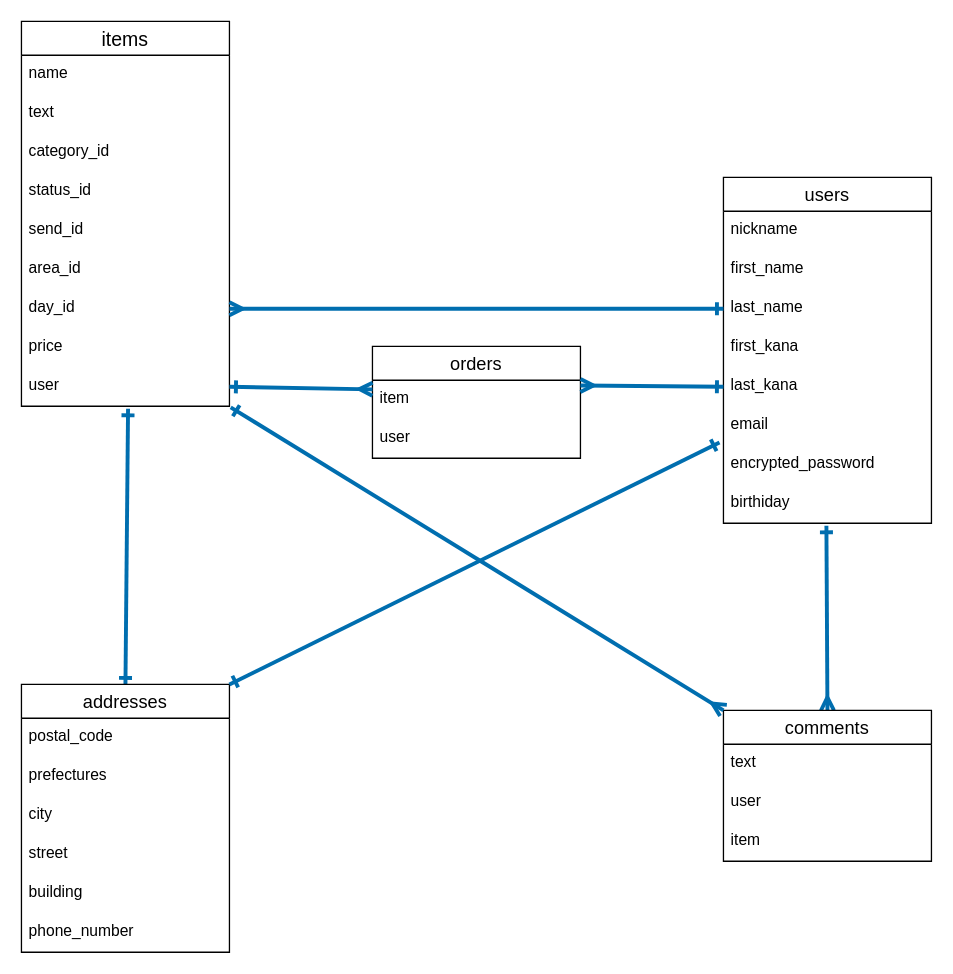
giverin1456/furima-34317 keeps this draw.io diagram as furima.dio. Above is the earlier version. Source tidied: cells renumbered, new cells numbered last; positions are measured from the earlier drawing's top-left corner, leaving out a move shared by most shapes. Both pictures are drawn from the tidied source at 130%, with x=0, y=0 at pixel (21, 21).
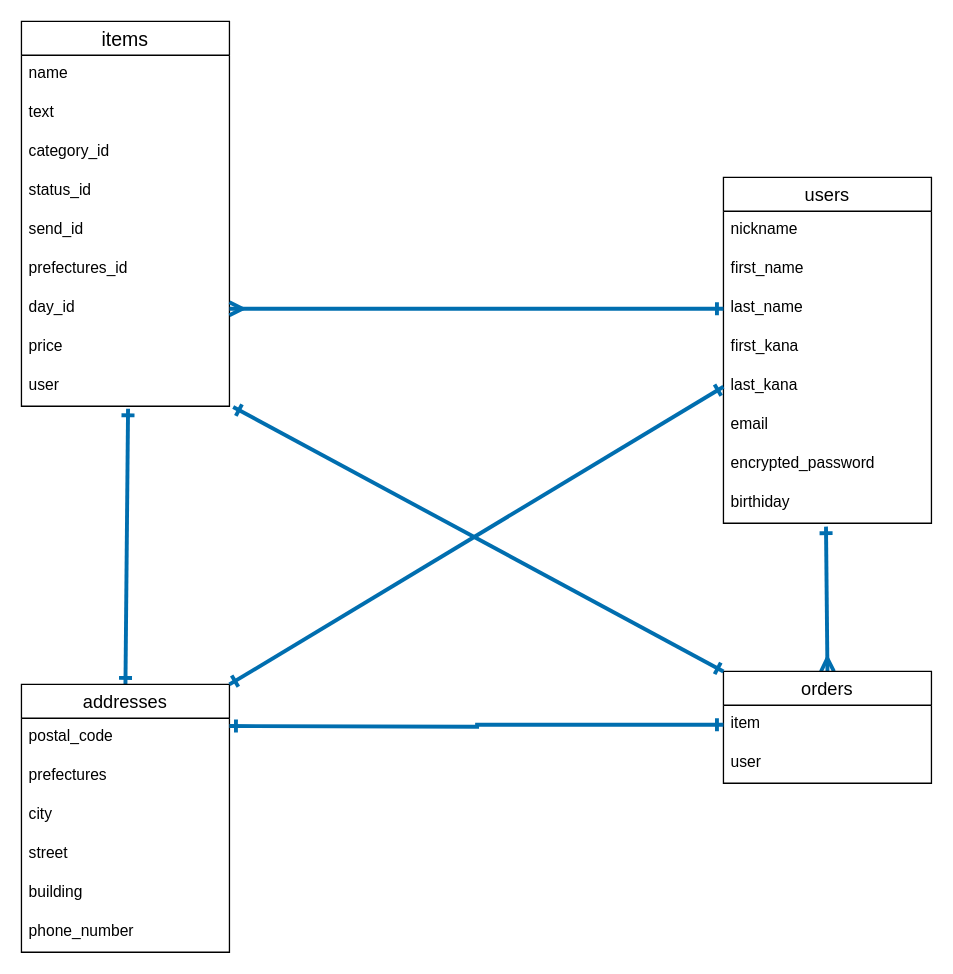
The same diagram, later.

Commit message (it also covers changes not shown here):
データベース設計　修正2

Unchanged cells that the change refers to:
```xml
<mxCell id="2" value="items" style="swimlane;fontStyle=0;horizontal=1;startSize=26;align=center;fontSize=15;spacing=2;" parent="1" vertex="1">
  <mxGeometry width="160" height="296" as="geometry" />
</mxCell>
<mxCell id="11" value="user" style="text;strokeColor=none;fillColor=none;spacingLeft=4;spacingRight=4;overflow=hidden;points=[[0,0.5],[1,0.5]];portConstraint=eastwest;fontSize=12;" parent="2" vertex="1">
  <mxGeometry y="266" width="160" height="30" as="geometry" />
</mxCell>
<mxCell id="22" value="last_kana" style="text;strokeColor=none;fillColor=none;spacingLeft=4;spacingRight=4;overflow=hidden;points=[[0,0.5],[1,0.5]];portConstraint=eastwest;fontSize=12;" parent="17" vertex="1">
  <mxGeometry y="146" width="160" height="30" as="geometry" />
</mxCell>
<mxCell id="23" value="email" style="text;strokeColor=none;fillColor=none;spacingLeft=4;spacingRight=4;overflow=hidden;points=[[0,0.5],[1,0.5]];portConstraint=eastwest;fontSize=12;" parent="17" vertex="1">
  <mxGeometry y="176" width="160" height="30" as="geometry" />
</mxCell>
<mxCell id="25" value="birthiday&#10;" style="text;strokeColor=none;fillColor=none;spacingLeft=4;spacingRight=4;overflow=hidden;points=[[0,0.5],[1,0.5]];portConstraint=eastwest;fontSize=12;" parent="17" vertex="1">
  <mxGeometry y="236" width="160" height="30" as="geometry" />
</mxCell>
<mxCell id="27" value="addresses" style="swimlane;fontStyle=0;horizontal=1;startSize=26;align=center;fontSize=14;" parent="1" vertex="1">
  <mxGeometry y="510" width="160" height="206" as="geometry" />
</mxCell>
<mxCell id="38" value="item" style="text;strokeColor=none;fillColor=none;spacingLeft=4;spacingRight=4;overflow=hidden;points=[[0,0.5],[1,0.5]];portConstraint=eastwest;fontSize=12;" parent="37" vertex="1">
  <mxGeometry y="26" width="160" height="30" as="geometry" />
</mxCell>
```

Diff of the diagram source:
```diff
@@
-    <mxCell id="8" value="area_id" style="text;strokeColor=none;fillColor=none;spacingLeft=4;spacingRight=4;overflow=hidden;fontSize=12;" parent="2" vertex="1">
+    <mxCell id="8" value="prefectures_id" style="text;strokeColor=none;fillColor=none;spacingLeft=4;spacingRight=4;overflow=hidden;fontSize=12;" parent="2" vertex="1">
       <mxGeometry y="176" width="160" height="30" as="geometry" />
     </mxCell>
@@
-    <mxCell id="12" style="edgeStyle=none;rounded=1;jumpSize=3;jettySize=auto;html=1;exitX=0.5;exitY=0;exitDx=0;exitDy=0;startArrow=ERmany;startFill=0;startSize=6;endArrow=ERone;endFill=0;endSize=6;targetPerimeterSpacing=0;strokeWidth=3;fontSize=15;fillColor=#1ba1e2;strokeColor=#006EAF;entryX=0.495;entryY=1.067;entryDx=0;entryDy=0;entryPerimeter=0;" parent="1" edge="1" source="13" target="25">
-      <mxGeometry relative="1" as="geometry" />
-    </mxCell>
-    <mxCell id="13" value="comments" style="swimlane;fontStyle=0;horizontal=1;startSize=26;align=center;fontSize=14;" parent="1" vertex="1">
-      <mxGeometry x="540" y="530" width="160" height="116" as="geometry" />
-    </mxCell>
-    <mxCell id="14" value="text" style="text;strokeColor=none;fillColor=none;spacingLeft=4;spacingRight=4;overflow=hidden;fontSize=12;" parent="13" vertex="1">
-      <mxGeometry y="26" width="160" height="30" as="geometry" />
-    </mxCell>
-    <mxCell id="15" value="user" style="text;strokeColor=none;fillColor=none;spacingLeft=4;spacingRight=4;overflow=hidden;fontSize=12;" parent="13" vertex="1">
-      <mxGeometry y="56" width="160" height="30" as="geometry" />
-    </mxCell>
-    <mxCell id="16" value="item" style="text;strokeColor=none;fillColor=none;spacingLeft=4;spacingRight=4;overflow=hidden;fontSize=12;" parent="13" vertex="1">
-      <mxGeometry y="86" width="160" height="30" as="geometry" />
-    </mxCell>
@@
-    <mxCell id="35" style="edgeStyle=none;rounded=1;jumpSize=3;jettySize=auto;html=1;exitX=1.006;exitY=1.027;exitDx=0;exitDy=0;entryX=0;entryY=0;entryDx=0;entryDy=0;startArrow=ERone;startFill=0;startSize=6;endArrow=ERmany;endFill=0;endSize=6;targetPerimeterSpacing=0;strokeWidth=3;fontSize=15;exitPerimeter=0;fillColor=#1ba1e2;strokeColor=#006EAF;" parent="1" edge="1" source="11" target="13">
-      <mxGeometry relative="1" as="geometry" />
-    </mxCell>
-    <mxCell id="36" style="edgeStyle=none;rounded=1;jumpSize=3;jettySize=auto;html=1;exitX=-0.019;exitY=0.927;exitDx=0;exitDy=0;entryX=1;entryY=0;entryDx=0;entryDy=0;startArrow=ERone;startFill=0;startSize=6;endArrow=ERone;endFill=0;endSize=6;targetPerimeterSpacing=0;strokeWidth=3;fontSize=15;exitPerimeter=0;fillColor=#1ba1e2;strokeColor=#006EAF;" parent="1" edge="1" source="23" target="27">
+    <mxCell id="36" style="edgeStyle=none;rounded=1;jumpSize=3;jettySize=auto;html=1;entryX=1;entryY=0;entryDx=0;entryDy=0;startArrow=ERone;startFill=0;startSize=6;endArrow=ERone;endFill=0;endSize=6;targetPerimeterSpacing=0;strokeWidth=3;fontSize=15;fillColor=#1ba1e2;strokeColor=#006EAF;exitX=0;exitY=0.5;exitDx=0;exitDy=0;" parent="1" edge="1" source="22" target="27">
       <mxGeometry relative="1" as="geometry" />
     </mxCell>
+    <mxCell id="42" style="edgeStyle=none;rounded=1;jumpSize=3;jettySize=auto;html=1;exitX=0.5;exitY=0;exitDx=0;exitDy=0;entryX=0.493;entryY=1.087;entryDx=0;entryDy=0;entryPerimeter=0;startArrow=ERmany;startFill=0;startSize=6;endArrow=ERone;endFill=0;endSize=6;targetPerimeterSpacing=0;strokeWidth=3;fontSize=15;fillColor=#1ba1e2;strokeColor=#006EAF;" parent="1" edge="1" source="37" target="25">
+      <mxGeometry relative="1" as="geometry" />
+    </mxCell>
     <mxCell id="37" value="orders" style="swimlane;fontStyle=0;horizontal=1;startSize=26;align=center;fontSize=14;strokeWidth=1;" parent="1" vertex="1">
-      <mxGeometry x="270" y="250" width="160" height="86" as="geometry" />
+      <mxGeometry x="540" y="500" width="160" height="86" as="geometry" />
     </mxCell>
@@
-    <mxCell id="40" style="edgeStyle=none;rounded=1;jumpSize=3;jettySize=auto;html=1;exitX=1;exitY=0.5;exitDx=0;exitDy=0;startArrow=ERone;startFill=0;startSize=6;endArrow=ERmany;endFill=0;endSize=6;targetPerimeterSpacing=0;strokeWidth=3;fontSize=15;fillColor=#1ba1e2;strokeColor=#006EAF;" parent="1" edge="1" source="11">
-      <mxGeometry relative="1" as="geometry">
-        <mxPoint x="270" y="283" as="targetPoint" />
-      </mxGeometry>
-    </mxCell>
-    <mxCell id="41" style="edgeStyle=none;rounded=1;jumpSize=3;jettySize=auto;html=1;exitX=0;exitY=0.5;exitDx=0;exitDy=0;startArrow=ERone;startFill=0;startSize=6;endArrow=ERmany;endFill=0;endSize=6;targetPerimeterSpacing=0;strokeWidth=3;fontSize=15;fillColor=#1ba1e2;strokeColor=#006EAF;" parent="1" edge="1" source="22">
-      <mxGeometry relative="1" as="geometry">
-        <mxPoint x="430" y="280" as="targetPoint" />
-      </mxGeometry>
-    </mxCell>
+    <mxCell id="43" style="edgeStyle=none;rounded=1;jumpSize=3;jettySize=auto;html=1;exitX=1.018;exitY=1.02;exitDx=0;exitDy=0;entryX=0;entryY=0;entryDx=0;entryDy=0;startArrow=ERone;startFill=0;startSize=6;endArrow=ERone;endFill=0;endSize=6;targetPerimeterSpacing=0;strokeWidth=3;fontSize=15;exitPerimeter=0;fillColor=#1ba1e2;strokeColor=#006EAF;" parent="1" edge="1" source="11" target="37">
+      <mxGeometry relative="1" as="geometry" />
+    </mxCell>
+    <mxCell id="44" style="edgeStyle=orthogonalEdgeStyle;rounded=0;jettySize=auto;html=1;exitX=0;exitY=0.5;exitDx=0;exitDy=0;endArrow=ERone;endFill=0;startArrow=ERone;startFill=0;fillColor=#1ba1e2;strokeColor=#006EAF;strokeWidth=3;" parent="1" edge="1" source="38">
+      <mxGeometry relative="1" as="geometry">
+        <mxPoint x="160" y="542" as="targetPoint" />
+      </mxGeometry>
+    </mxCell>
```
